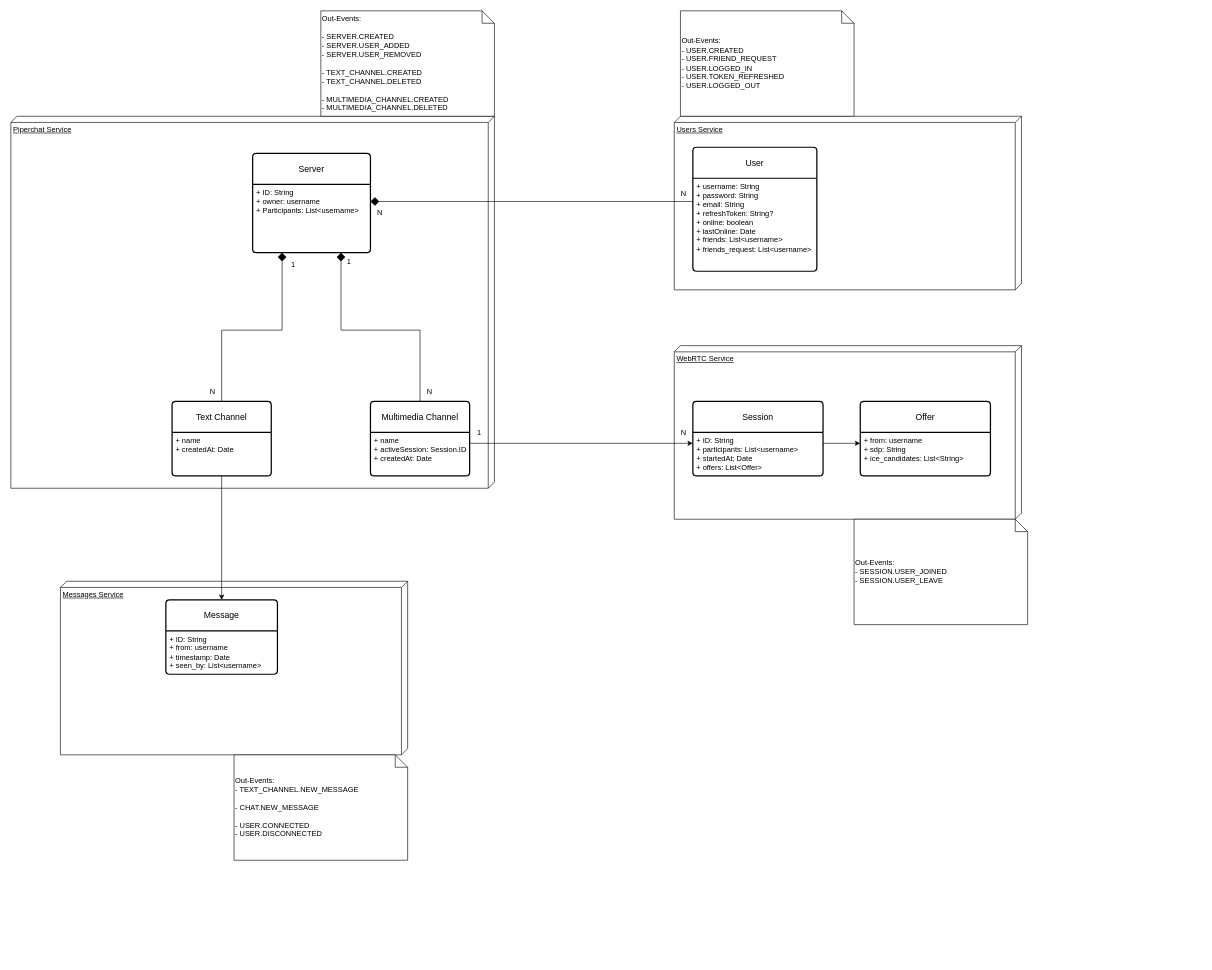
zucchero-sintattico/piperchat keeps this draw.io diagram as page "General" (1 of 7) of piperchat.drawio. Above is the earlier version. Source tidied: cells renumbered, new cells numbered last; positions are measured from the earlier drawing's top-left corner, leaving out a move shared by most shapes. Both pictures are drawn from the tidied source at 62%, with x=0, y=0 at pixel (11, 11).
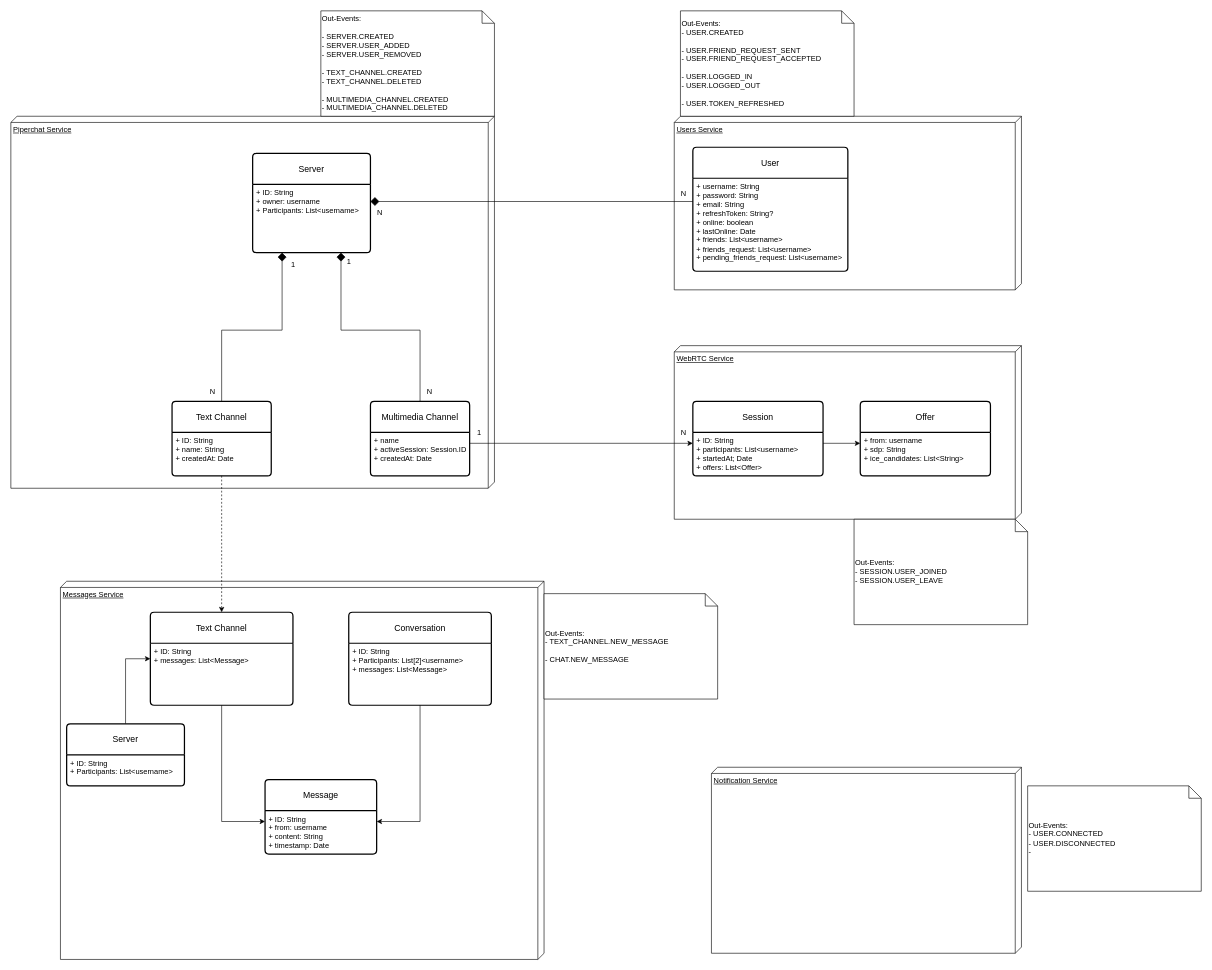
After the change.

The change refers to these unchanged cells:
```xml
<mxCell id="10" value="Text Channel" style="swimlane;horizontal=1;startSize=50;rounded=1;fontSize=14;fontStyle=0;strokeWidth=2;shadow=0;dashed=0;align=center;arcSize=4;whiteSpace=wrap;html=1;" parent="1" vertex="1">
  <mxGeometry x="260" y="630" width="160" height="120" as="geometry" />
</mxCell>
```

The edit, as a diff of the source:
```diff
@@
     <mxCell id="2" value="Messages Service" style="verticalAlign=top;align=left;spacingTop=8;spacingLeft=2;spacingRight=12;shape=cube;size=10;direction=south;fontStyle=4;html=1;whiteSpace=wrap;" parent="1" vertex="1">
-      <mxGeometry x="80" y="920" width="560" height="280" as="geometry" />
+      <mxGeometry x="80" y="920" width="780" height="610" as="geometry" />
     </mxCell>
@@
     <mxCell id="7" value="User" style="swimlane;horizontal=1;startSize=50;rounded=1;fontSize=14;fontStyle=0;strokeWidth=2;shadow=0;dashed=0;align=center;arcSize=4;whiteSpace=wrap;html=1;" parent="1" vertex="1">
-      <mxGeometry x="1100" y="220" width="200" height="200" as="geometry" />
+      <mxGeometry x="1100" y="220" width="250" height="200" as="geometry" />
     </mxCell>
-    <mxCell id="8" value="+ username: String&lt;br&gt;+ password: String&lt;br&gt;+ email: String&lt;br&gt;+ refreshToken: String?&lt;br&gt;+ online: boolean&lt;br&gt;+ lastOnline: Date&lt;br&gt;+ friends: List&amp;lt;username&amp;gt;&lt;br&gt;+ friends_request: List&amp;lt;username&amp;gt;" style="align=left;strokeColor=none;fillColor=none;spacingLeft=4;fontSize=12;verticalAlign=top;html=1;" parent="7" vertex="1">
-      <mxGeometry y="50" width="200" height="150" as="geometry" />
+    <mxCell id="8" value="+ username: String&lt;br&gt;+ password: String&lt;br&gt;+ email: String&lt;br&gt;+ refreshToken: String?&lt;br&gt;+ online: boolean&lt;br&gt;+ lastOnline: Date&lt;br&gt;+ friends: List&amp;lt;username&amp;gt;&lt;br&gt;+ friends_request: List&amp;lt;username&amp;gt;&lt;br&gt;+ pending_friends_request: List&amp;lt;username&amp;gt;" style="align=left;strokeColor=none;fillColor=none;spacingLeft=4;fontSize=12;verticalAlign=top;html=1;" parent="7" vertex="1">
+      <mxGeometry y="50" width="250" height="150" as="geometry" />
     </mxCell>
@@
-    <mxCell id="11" value="+ name&lt;br&gt;+ createdAt: Date" style="align=left;strokeColor=none;fillColor=none;spacingLeft=4;fontSize=12;verticalAlign=top;html=1;" parent="10" vertex="1">
+    <mxCell id="11" value="+ ID: String&lt;br&gt;+ name: String&lt;br&gt;+ createdAt: Date" style="align=left;strokeColor=none;fillColor=none;spacingLeft=4;fontSize=12;verticalAlign=top;html=1;" parent="10" vertex="1">
       <mxGeometry y="50" width="160" height="70" as="geometry" />
     </mxCell>
@@
     <mxCell id="26" value="Message" style="swimlane;horizontal=1;startSize=50;rounded=1;fontSize=14;fontStyle=0;strokeWidth=2;shadow=0;dashed=0;align=center;arcSize=4;whiteSpace=wrap;html=1;" parent="1" vertex="1">
-      <mxGeometry x="250" y="950" width="180" height="120" as="geometry" />
+      <mxGeometry x="410" y="1240" width="180" height="120" as="geometry" />
     </mxCell>
-    <mxCell id="27" value="+ ID: String&lt;br&gt;+ from: username&lt;br&gt;+ timestamp: Date&lt;br&gt;+ seen_by: List&amp;lt;username&amp;gt;" style="align=left;strokeColor=none;fillColor=none;spacingLeft=4;fontSize=12;verticalAlign=top;html=1;" parent="26" vertex="1">
+    <mxCell id="27" value="+ ID: String&lt;br&gt;+ from: username&lt;br&gt;+ content: String&lt;br&gt;+ timestamp: Date&lt;br&gt;" style="align=left;strokeColor=none;fillColor=none;spacingLeft=4;fontSize=12;verticalAlign=top;html=1;" parent="26" vertex="1">
       <mxGeometry y="50" width="180" height="70" as="geometry" />
     </mxCell>
-    <mxCell id="28" style="edgeStyle=orthogonalEdgeStyle;rounded=0;jettySize=auto;html=1;exitX=0.5;exitY=1;exitDx=0;exitDy=0;entryX=0.5;entryY=0;entryDx=0;entryDy=0;" parent="1" edge="1" source="11" target="26">
-      <mxGeometry relative="1" as="geometry" />
-    </mxCell>
@@
-    <mxCell id="35" value="Out-Events:&lt;br&gt;- USER.CREATED&lt;br&gt;- USER.FRIEND_REQUEST&lt;br&gt;- USER.LOGGED_IN&lt;br&gt;- USER.TOKEN_REFRESHED&lt;br&gt;- USER.LOGGED_OUT" style="shape=note;size=20;whiteSpace=wrap;html=1;align=left;" parent="1" vertex="1">
+    <mxCell id="35" value="Out-Events:&lt;br&gt;- USER.CREATED&lt;br&gt;&lt;br&gt;- USER.FRIEND_REQUEST_SENT&lt;br&gt;- USER.FRIEND_REQUEST_ACCEPTED&lt;br&gt;&lt;br&gt;- USER.LOGGED_IN&lt;br&gt;- USER.LOGGED_OUT&lt;br&gt;&lt;br style=&quot;border-color: var(--border-color);&quot;&gt;- USER.TOKEN_REFRESHED" style="shape=note;size=20;whiteSpace=wrap;html=1;align=left;" parent="1" vertex="1">
       <mxGeometry x="1080" width="280" height="170" as="geometry" />
     </mxCell>
-    <mxCell id="36" value="Out-Events:&lt;br&gt;- TEXT_CHANNEL.NEW_MESSAGE&lt;br&gt;&lt;br&gt;- CHAT.NEW_MESSAGE&lt;br&gt;&lt;br&gt;- USER.CONNECTED&lt;br&gt;- USER.DISCONNECTED" style="shape=note;size=20;whiteSpace=wrap;html=1;align=left;" parent="1" vertex="1">
-      <mxGeometry x="360" y="1200" width="280" height="170" as="geometry" />
+    <mxCell id="36" value="Out-Events:&lt;br&gt;- TEXT_CHANNEL.NEW_MESSAGE&lt;br&gt;&lt;br&gt;- CHAT.NEW_MESSAGE" style="shape=note;size=20;whiteSpace=wrap;html=1;align=left;" parent="1" vertex="1">
+      <mxGeometry x="860" y="940" width="280" height="170" as="geometry" />
     </mxCell>
@@
+    <mxCell id="38" value="Conversation" style="swimlane;horizontal=1;startSize=50;rounded=1;fontSize=14;fontStyle=0;strokeWidth=2;shadow=0;dashed=0;align=center;arcSize=4;whiteSpace=wrap;html=1;" parent="1" vertex="1">
+      <mxGeometry x="545" y="970" width="230" height="150" as="geometry" />
+    </mxCell>
+    <mxCell id="39" value="+ ID: String&lt;br&gt;+ Participants: List[2]&amp;lt;username&amp;gt;&lt;br&gt;+ messages: List&amp;lt;Message&amp;gt;" style="align=left;strokeColor=none;fillColor=none;spacingLeft=4;fontSize=12;verticalAlign=top;html=1;" parent="38" vertex="1">
+      <mxGeometry y="50" width="230" height="100" as="geometry" />
+    </mxCell>
+    <mxCell id="40" style="edgeStyle=orthogonalEdgeStyle;rounded=0;jettySize=auto;html=1;exitX=0.5;exitY=1;exitDx=0;exitDy=0;entryX=1;entryY=0.25;entryDx=0;entryDy=0;" parent="1" edge="1" source="39" target="27">
+      <mxGeometry relative="1" as="geometry" />
+    </mxCell>
+    <mxCell id="41" value="Text Channel" style="swimlane;horizontal=1;startSize=50;rounded=1;fontSize=14;fontStyle=0;strokeWidth=2;shadow=0;dashed=0;align=center;arcSize=4;whiteSpace=wrap;html=1;" parent="1" vertex="1">
+      <mxGeometry x="225" y="970" width="230" height="150" as="geometry" />
+    </mxCell>
+    <mxCell id="42" value="+ ID: String&lt;br&gt;+ messages: List&amp;lt;Message&amp;gt;" style="align=left;strokeColor=none;fillColor=none;spacingLeft=4;fontSize=12;verticalAlign=top;html=1;" parent="41" vertex="1">
+      <mxGeometry y="50" width="230" height="100" as="geometry" />
+    </mxCell>
+    <mxCell id="43" style="edgeStyle=orthogonalEdgeStyle;rounded=0;jettySize=auto;html=1;exitX=0.5;exitY=1;exitDx=0;exitDy=0;entryX=0;entryY=0.25;entryDx=0;entryDy=0;" parent="1" edge="1" source="42" target="27">
+      <mxGeometry relative="1" as="geometry" />
+    </mxCell>
+    <mxCell id="44" style="edgeStyle=orthogonalEdgeStyle;rounded=0;jettySize=auto;html=1;exitX=0.5;exitY=1;exitDx=0;exitDy=0;dashed=1;" parent="1" edge="1" source="11" target="41">
+      <mxGeometry relative="1" as="geometry" />
+    </mxCell>
+    <mxCell id="45" style="edgeStyle=orthogonalEdgeStyle;rounded=0;jettySize=auto;html=1;exitX=0.5;exitY=0;exitDx=0;exitDy=0;entryX=0;entryY=0.25;entryDx=0;entryDy=0;" parent="1" edge="1" source="46" target="42">
+      <mxGeometry relative="1" as="geometry" />
+    </mxCell>
+    <mxCell id="46" value="Server" style="swimlane;horizontal=1;startSize=50;rounded=1;fontSize=14;fontStyle=0;strokeWidth=2;shadow=0;dashed=0;align=center;arcSize=4;whiteSpace=wrap;html=1;" parent="1" vertex="1">
+      <mxGeometry x="90" y="1150" width="190" height="100" as="geometry" />
+    </mxCell>
+    <mxCell id="47" value="+ ID: String&lt;br&gt;+ Participants: List&amp;lt;username&amp;gt;" style="align=left;strokeColor=none;fillColor=none;spacingLeft=4;fontSize=12;verticalAlign=top;html=1;" parent="46" vertex="1">
+      <mxGeometry y="50" width="190" height="50" as="geometry" />
+    </mxCell>
+    <mxCell id="48" value="Notification Service" style="verticalAlign=top;align=left;spacingTop=8;spacingLeft=2;spacingRight=12;shape=cube;size=10;direction=south;fontStyle=4;html=1;whiteSpace=wrap;" parent="1" vertex="1">
+      <mxGeometry x="1130" y="1220" width="500" height="300" as="geometry" />
+    </mxCell>
+    <mxCell id="49" value="Out-Events:&lt;br&gt;- USER.CONNECTED&lt;br&gt;- USER.DISCONNECTED&lt;br&gt;-&amp;nbsp;" style="shape=note;size=20;whiteSpace=wrap;html=1;align=left;" parent="1" vertex="1">
+      <mxGeometry x="1640" y="1250" width="280" height="170" as="geometry" />
+    </mxCell>
```
